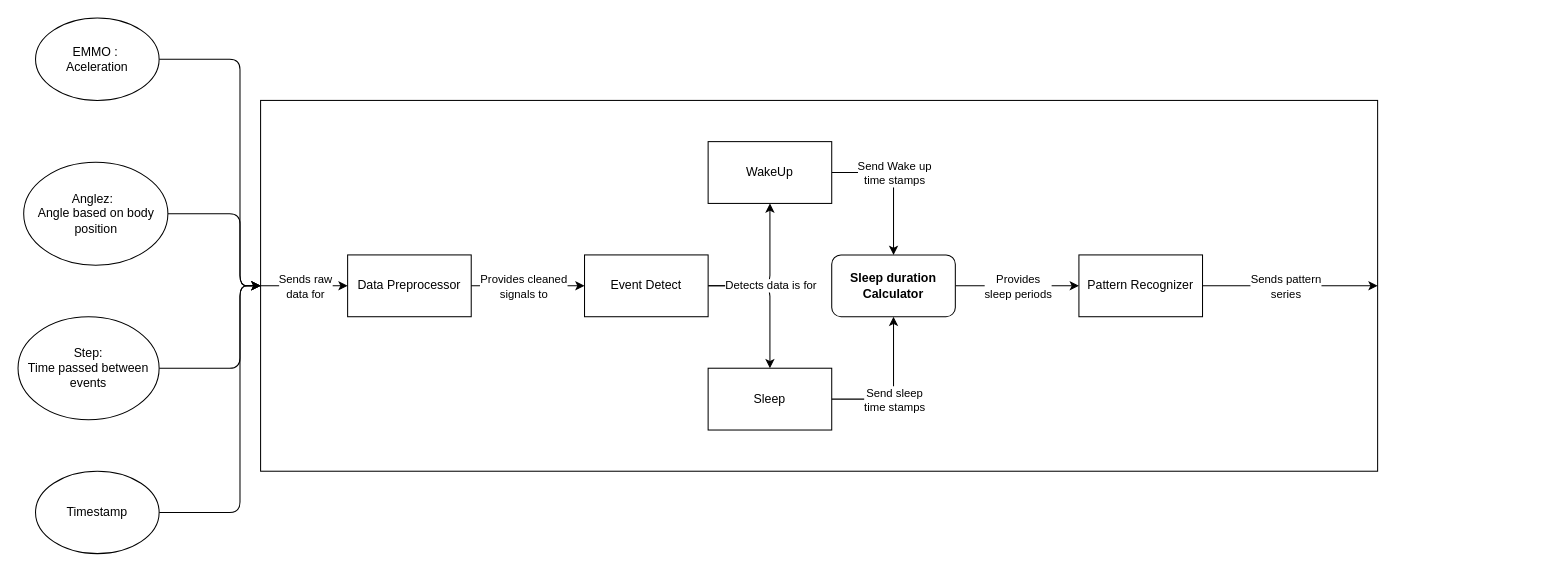
Earlier version of the draw.io diagram Workshop/Workshop1/Workshop-1.drawio (JkVely/Systems-Analysis). Source tidied: cells renumbered, new cells numbered last; positions are measured from the earlier drawing's top-left corner, leaving out a move shared by most shapes. Both pictures are drawn from the tidied source at 103%, with x=0, y=0 at pixel (18, 18).
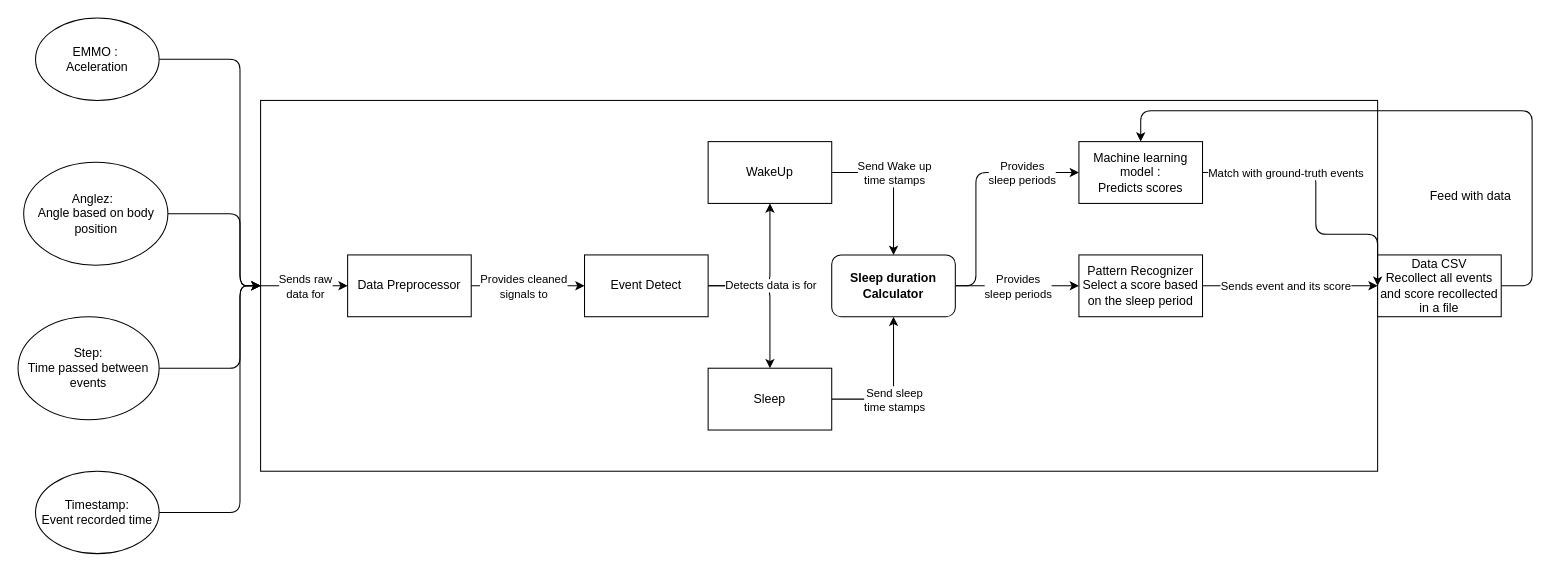
The same page after the edit.

Commit message (it also covers changes not shown here):
feat(workshop1):ML element to system diagram && section chaotic added

The change refers to these unchanged cells:
```xml
<mxCell id="3" style="rounded=0;whiteSpace=wrap;html=1;" parent="1" vertex="1">
  <mxGeometry x="235.5" y="80" width="1084.5" height="360" as="geometry" />
</mxCell>
<mxCell id="37" value="Sleep duration Calculator" style="rounded=1;whiteSpace=wrap;html=1;fontStyle=1;" parent="1" vertex="1">
  <mxGeometry x="790" y="230" width="120" height="60" as="geometry" />
</mxCell>
<mxCell id="38" style="edgeStyle=none;html=1;" parent="1" edge="1" source="40">
  <mxGeometry relative="1" as="geometry">
    <mxPoint x="1320" y="260" as="targetPoint" />
  </mxGeometry>
</mxCell>
```

Change to the diagram source:
```diff
@@
-    <mxCell id="11" value="Timestamp" style="ellipse;whiteSpace=wrap;html=1;" parent="1" vertex="1">
+    <mxCell id="11" value="Timestamp:&lt;div&gt;Event recorded time&lt;/div&gt;" style="ellipse;whiteSpace=wrap;html=1;" parent="1" vertex="1">
       <mxGeometry x="17" y="440" width="120" height="80" as="geometry" />
     </mxCell>
@@
+    <mxCell id="41" style="edgeStyle=none;html=1;exitX=1;exitY=0.5;exitDx=0;exitDy=0;entryX=0;entryY=0.5;entryDx=0;entryDy=0;" parent="1" edge="1" source="37" target="45">
+      <mxGeometry relative="1" as="geometry">
+        <Array as="points">
+          <mxPoint x="930" y="260" />
+          <mxPoint x="930" y="150" />
+        </Array>
+      </mxGeometry>
+    </mxCell>
@@
-    <mxCell id="39" value="Sends pattern&lt;div&gt;series&lt;/div&gt;" style="edgeLabel;html=1;align=center;verticalAlign=middle;" parent="38" vertex="1">
+    <mxCell id="39" value="Sends event and its score" style="edgeLabel;html=1;align=center;verticalAlign=middle;" parent="38" vertex="1">
       <mxGeometry x="-0.23" y="-2" relative="1" as="geometry">
         <mxPoint x="15" y="-2" as="offset" />
       </mxGeometry>
     </mxCell>
-    <mxCell id="40" value="Pattern Recognizer" style="rounded=0;whiteSpace=wrap;html=1;" parent="1" vertex="1">
+    <mxCell id="40" value="Pattern Recognizer&lt;div&gt;Select a score based on the sleep period&lt;/div&gt;" style="rounded=0;whiteSpace=wrap;html=1;" parent="1" vertex="1">
       <mxGeometry x="1030" y="230" width="120" height="60" as="geometry" />
     </mxCell>
+    <mxCell id="42" style="edgeStyle=none;html=1;exitX=1;exitY=0.5;exitDx=0;exitDy=0;entryX=0.5;entryY=0;entryDx=0;entryDy=0;" parent="1" edge="1" source="43" target="45">
+      <mxGeometry relative="1" as="geometry">
+        <Array as="points">
+          <mxPoint x="1470" y="260" />
+          <mxPoint x="1470" y="90" />
+          <mxPoint x="1090" y="90" />
+        </Array>
+      </mxGeometry>
+    </mxCell>
+    <mxCell id="43" value="Data CSV&lt;div&gt;Recollect all events and score recollected in a file&lt;/div&gt;" style="rounded=0;whiteSpace=wrap;html=1;" parent="1" vertex="1">
+      <mxGeometry x="1320" y="230" width="120" height="60" as="geometry" />
+    </mxCell>
+    <mxCell id="44" style="edgeStyle=none;html=1;exitX=1;exitY=0.5;exitDx=0;exitDy=0;entryX=1;entryY=0.5;entryDx=0;entryDy=0;" parent="1" edge="1" source="45" target="3">
+      <mxGeometry relative="1" as="geometry">
+        <Array as="points">
+          <mxPoint x="1260" y="150" />
+          <mxPoint x="1260" y="210" />
+          <mxPoint x="1320" y="210" />
+        </Array>
+      </mxGeometry>
+    </mxCell>
+    <mxCell id="45" value="Machine learning model :&lt;div&gt;Predicts scores&lt;/div&gt;" style="rounded=0;whiteSpace=wrap;html=1;" parent="1" vertex="1">
+      <mxGeometry x="1030" y="120" width="120" height="60" as="geometry" />
+    </mxCell>
+    <mxCell id="46" value="Provides&lt;div&gt;sleep periods&lt;/div&gt;" style="edgeLabel;html=1;align=center;verticalAlign=middle;" parent="1" vertex="1">
+      <mxGeometry x="970" y="150" width="10" as="geometry" />
+    </mxCell>
+    <mxCell id="47" value="Match with ground-truth events" style="edgeLabel;html=1;align=center;verticalAlign=middle;" parent="1" vertex="1">
+      <mxGeometry x="1230" y="150" as="geometry" />
+    </mxCell>
+    <mxCell id="48" value="Feed with data" style="text;html=1;align=center;verticalAlign=middle;strokeColor=none;fillColor=none;" parent="1" vertex="1">
+      <mxGeometry x="1360" y="158" width="100" height="30" as="geometry" />
+    </mxCell>
```
